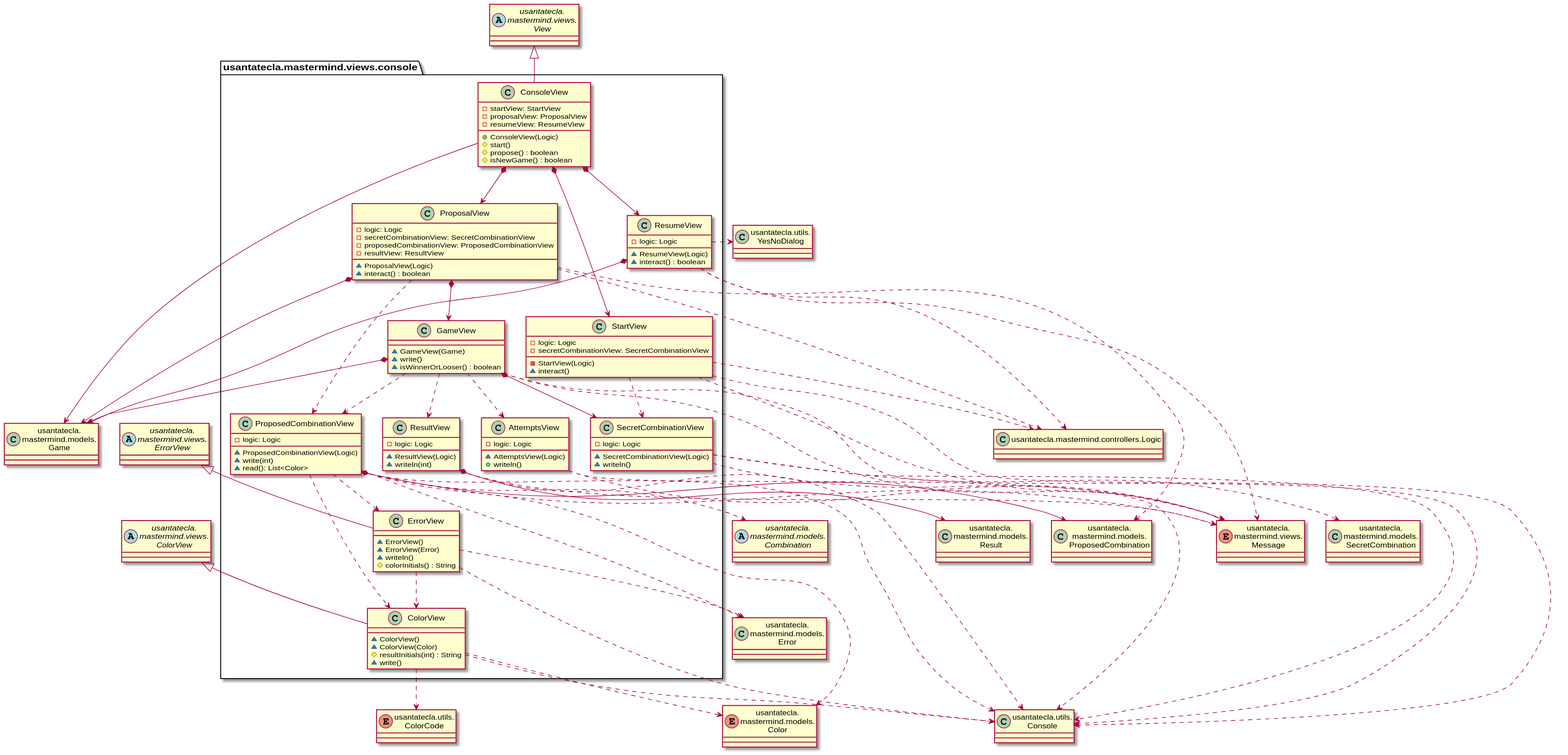
This is modelViewPresenter/presentationModel/withFacade/docs/diagrams/out/paquetes/usantatecla.mastermind.console.svg from SantaTecla-mastermind/solution.java.swing.socket.sql, a PlantUML export, as it was before one commit.
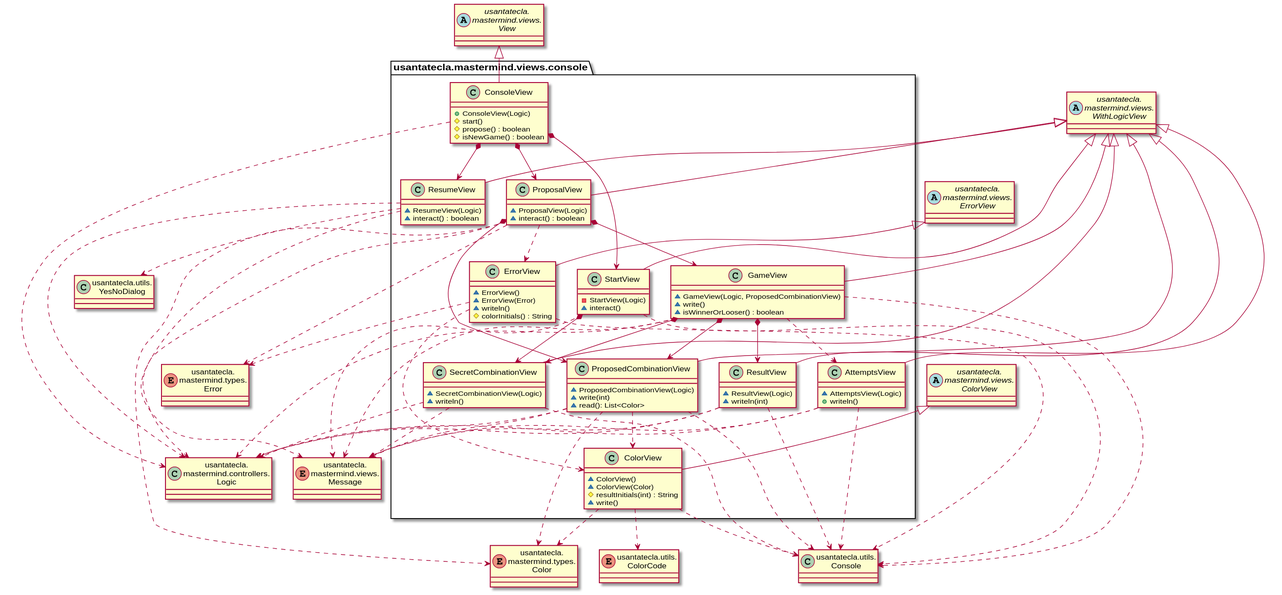
After the commit.

Diff of the diagram source:
```diff
@@ -1,11 +1,8 @@
 @startuml
-class Game as "usantatecla.\nmastermind.models.\nGame"
-class Error as "usantatecla.\nmastermind.models.\nError"
-class Result as "usantatecla.\nmastermind.models.\nResult"
-enum Color as "usantatecla.\nmastermind.models.\nColor"
-abstract class Combination as "usantatecla.\nmastermind.models.\nCombination"
-class ProposedCombination as "usantatecla.\nmastermind.models.\nProposedCombination"
-class SecretCombination as "usantatecla.\nmastermind.models.\nSecretCombination"
+class Logic as "usantatecla.\nmastermind.controllers.\nLogic"
+enum Error as "usantatecla.\nmastermind.types.\nError"
+enum Color as "usantatecla.\nmastermind.types.\nColor"
+abstract class WithLogicView as "usantatecla.\nmastermind.views.\nWithLogicView"
 abstract class View as "usantatecla.\nmastermind.views.\nView"
 abstract class ColorView as "usantatecla.\nmastermind.views.\nColorView"
 abstract class ErrorView as "usantatecla.\nmastermind.views.\nErrorView"
@@ -15,9 +12,6 @@
 enum ColorCode as "usantatecla.utils.\nColorCode"
 
 class usantatecla.mastermind.views.console.ConsoleView {
-    - startView: StartView
-    - proposalView: ProposalView
-    - resumeView: ResumeView
     + ConsoleView(Logic)
     # start()
     # propose() : boolean
@@ -27,95 +21,90 @@
 usantatecla.mastermind.views.console.ConsoleView *-down-> usantatecla.mastermind.views.console.StartView
 usantatecla.mastermind.views.console.ConsoleView *-down-> usantatecla.mastermind.views.console.ProposalView
 usantatecla.mastermind.views.console.ConsoleView *-down-> usantatecla.mastermind.views.console.ResumeView
-usantatecla.mastermind.views.console.ConsoleView --> Game
+usantatecla.mastermind.views.console.ConsoleView .down.> Logic
 
 class usantatecla.mastermind.views.console.ResumeView {
-    - logic: Logic
     ~ ResumeView(Logic)
     ~ interact() : boolean
 }
-usantatecla.mastermind.views.console.ResumeView *-down-> Game
-usantatecla.mastermind.views.console.ResumeView ..> Message
-usantatecla.mastermind.views.console.ResumeView .> YesNoDialog
+usantatecla.mastermind.views.console.ResumeView -up-|> WithLogicView
+usantatecla.mastermind.views.console.ResumeView .down.> Logic
+usantatecla.mastermind.views.console.ResumeView .down.> Message
+usantatecla.mastermind.views.console.ResumeView .down.> YesNoDialog
 
 class usantatecla.mastermind.views.console.StartView {
-    - logic: Logic
-    - secretCombinationView: SecretCombinationView
     - StartView(Logic)
     ~ interact()
 }
-usantatecla.mastermind.views.console.StartView ..> Console
-usantatecla.mastermind.views.console.StartView ..> Message
-usantatecla.mastermind.views.console.StartView ..> usantatecla.mastermind.views.console.SecretCombinationView
+usantatecla.mastermind.views.console.StartView -up-|> WithLogicView
+usantatecla.mastermind.views.console.StartView *-down-> usantatecla.mastermind.views.console.SecretCombinationView
+usantatecla.mastermind.views.console.StartView .down.> Console
+usantatecla.mastermind.views.console.StartView .down.> Message
 
 class usantatecla.mastermind.views.console.GameView {
-    ~ GameView(Game)
+    ~ GameView(Logic, ProposedCombinationView)
     ~ write()
     ~ isWinnerOrLooser() : boolean
 }
-usantatecla.mastermind.views.console.GameView *-down-> Game
+usantatecla.mastermind.views.console.GameView -up-|> WithLogicView
+usantatecla.mastermind.views.console.GameView *-down-> usantatecla.mastermind.views.console.ProposedCombinationView
 usantatecla.mastermind.views.console.GameView *-down-> usantatecla.mastermind.views.console.SecretCombinationView
-usantatecla.mastermind.views.console.GameView ..> usantatecla.mastermind.views.console.AttemptsView
-usantatecla.mastermind.views.console.GameView ..> usantatecla.mastermind.views.console.ResultView
-usantatecla.mastermind.views.console.GameView ..> usantatecla.mastermind.views.console.ProposedCombinationView
-usantatecla.mastermind.views.console.GameView ..> Message
-usantatecla.mastermind.views.console.GameView ..> Console
+usantatecla.mastermind.views.console.GameView *-down-> usantatecla.mastermind.views.console.ResultView
+usantatecla.mastermind.views.console.GameView .down.> usantatecla.mastermind.views.console.AttemptsView
+usantatecla.mastermind.views.console.GameView .down.> Logic
+usantatecla.mastermind.views.console.GameView .down.> Message
+usantatecla.mastermind.views.console.GameView .down.> Console
 
 class usantatecla.mastermind.views.console.ProposalView {
-    - logic: Logic
-    - secretCombinationView: SecretCombinationView
-    - proposedCombinationView: ProposedCombinationView
-    - resultView: ResultView
     ~ ProposalView(Logic)
     ~ interact() : boolean
-
 }
-usantatecla.mastermind.views.console.ProposalView *-down-> Game
+usantatecla.mastermind.views.console.ProposalView -up-|> WithLogicView
 usantatecla.mastermind.views.console.ProposalView *-down-> usantatecla.mastermind.views.console.GameView
-usantatecla.mastermind.views.console.ProposalView ..> ProposedCombination
-usantatecla.mastermind.views.console.ProposalView ..> usantatecla.mastermind.views.console.ProposedCombinationView
-
+usantatecla.mastermind.views.console.ProposalView *-down-> usantatecla.mastermind.views.console.ProposedCombinationView
+usantatecla.mastermind.views.console.ProposalView .down.> usantatecla.mastermind.views.console.ErrorView
+usantatecla.mastermind.views.console.ProposalView .down.> Logic
+usantatecla.mastermind.views.console.ProposalView .down.> Color
+usantatecla.mastermind.views.console.ProposalView .down.> Error
 
 class usantatecla.mastermind.views.console.ProposedCombinationView {
-    - logic: Logic
     ~ ProposedCombinationView(Logic)
     ~ write(int)
     ~ read(): List<Color>
 }
-usantatecla.mastermind.views.console.ProposedCombinationView *-down-> ProposedCombination
-usantatecla.mastermind.views.console.ProposedCombinationView ..> usantatecla.mastermind.views.console.ErrorView
-usantatecla.mastermind.views.console.ProposedCombinationView ..> usantatecla.mastermind.views.console.ColorView
-usantatecla.mastermind.views.console.ProposedCombinationView ..> Color
-usantatecla.mastermind.views.console.ProposedCombinationView ..> Error
-usantatecla.mastermind.views.console.ProposedCombinationView ..> Combination
-usantatecla.mastermind.views.console.ProposedCombinationView ..> Message
-usantatecla.mastermind.views.console.ProposedCombinationView ..> Console
+usantatecla.mastermind.views.console.ProposedCombinationView -up-|> WithLogicView
+usantatecla.mastermind.views.console.ProposedCombinationView .down.> usantatecla.mastermind.views.console.ColorView
+usantatecla.mastermind.views.console.ProposedCombinationView .down.> Logic
+usantatecla.mastermind.views.console.ProposedCombinationView .down.> Color
+usantatecla.mastermind.views.console.ProposedCombinationView .down.> Message
+usantatecla.mastermind.views.console.ProposedCombinationView .down.> Console
 
 class usantatecla.mastermind.views.console.SecretCombinationView {
-    - logic: Logic
     ~ SecretCombinationView(Logic)
     ~ writeln()
 }
-usantatecla.mastermind.views.console.SecretCombinationView ..> SecretCombination
-usantatecla.mastermind.views.console.SecretCombinationView ..> Message
-usantatecla.mastermind.views.console.SecretCombinationView ..> Console
+usantatecla.mastermind.views.console.SecretCombinationView -up-|> WithLogicView
+usantatecla.mastermind.views.console.SecretCombinationView .down.> Logic
+usantatecla.mastermind.views.console.SecretCombinationView .down.> Message
+usantatecla.mastermind.views.console.SecretCombinationView .down.> Console
 
 class usantatecla.mastermind.views.console.ResultView {
-    - logic: Logic
     ~ ResultView(Logic)
     ~ writeln(int)
 }
-usantatecla.mastermind.views.console.ResultView *-down-> Result
-usantatecla.mastermind.views.console.ResultView ..> Message
-usantatecla.mastermind.views.console.ResultView ..> Console
+usantatecla.mastermind.views.console.ResultView -up-|> WithLogicView
+usantatecla.mastermind.views.console.ResultView .down.> Logic
+usantatecla.mastermind.views.console.ResultView .down.> Message
+usantatecla.mastermind.views.console.ResultView .down.> Console
 
 class usantatecla.mastermind.views.console.AttemptsView {
-    - logic: Logic
     ~ AttemptsView(Logic)
     + writeln()
 }
-usantatecla.mastermind.views.console.AttemptsView ..> Console
-usantatecla.mastermind.views.console.AttemptsView ..> Message
+usantatecla.mastermind.views.console.AttemptsView -up-|> WithLogicView
+usantatecla.mastermind.views.console.AttemptsView .down.> Logic
+usantatecla.mastermind.views.console.AttemptsView .down.> Console
+usantatecla.mastermind.views.console.AttemptsView .down.> Message
 
 class usantatecla.mastermind.views.console.ColorView {
     ~ ColorView()
@@ -124,9 +113,9 @@
     ~ write()
 }
 usantatecla.mastermind.views.console.ColorView -up-|> ColorView
-usantatecla.mastermind.views.console.ColorView ..> ColorCode
-usantatecla.mastermind.views.console.ColorView ..> Console
-usantatecla.mastermind.views.console.ColorView ..> Color
+usantatecla.mastermind.views.console.ColorView .down.> ColorCode
+usantatecla.mastermind.views.console.ColorView .down.> Console
+usantatecla.mastermind.views.console.ColorView .down.> Color
 
 class usantatecla.mastermind.views.console.ErrorView {
     ~ ErrorView()
@@ -135,16 +124,8 @@
     # colorInitials() : String
 }
 
-class Logic as "usantatecla.mastermind.controllers.Logic" {
-
-
-}
-
 usantatecla.mastermind.views.console.ErrorView -up-|> ErrorView
 usantatecla.mastermind.views.console.ErrorView ..> Error
 usantatecla.mastermind.views.console.ErrorView ..> Console
 usantatecla.mastermind.views.console.ErrorView ..> usantatecla.mastermind.views.console.ColorView
-usantatecla.mastermind.views.console.ProposalView ..> Logic
-usantatecla.mastermind.views.console.ResumeView ..> Logic
-usantatecla.mastermind.views.console.StartView ..> Logic
 @enduml
```
